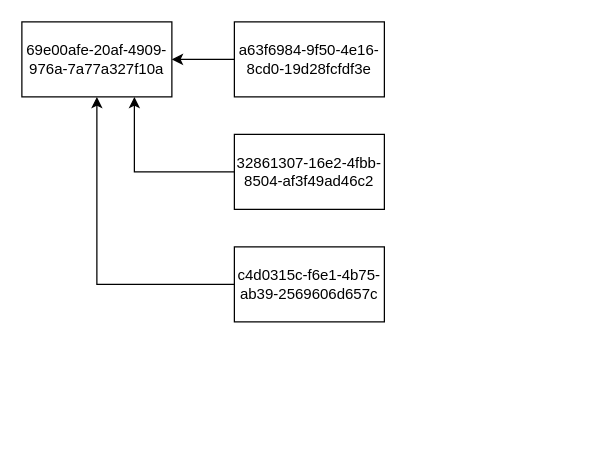
Before: 图.drawio in foreignbill/drawio, a draw.io diagram. Source tidied: cells renumbered, new cells numbered last; positions are measured from the earlier drawing's top-left corner, leaving out a move shared by most shapes. Both pictures are drawn from the tidied source at 125%, with x=0, y=0 at pixel (21, 21).
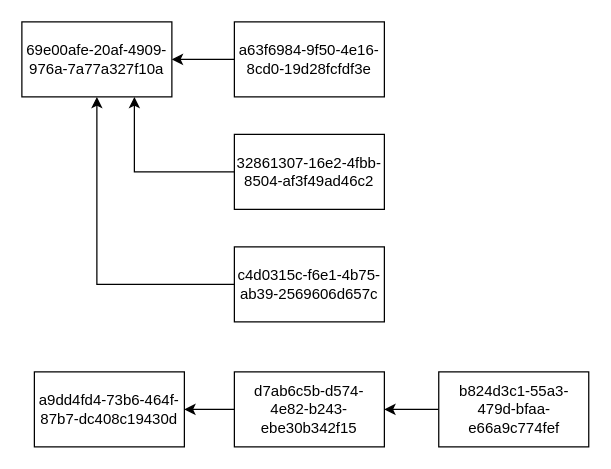
The same diagram, later.

What changed in the source:
```diff
@@
 <mxGraphModel>
   <root>
     <mxCell id="0" />
     <mxCell id="1" parent="0" />
     <mxCell id="2" value="69e00afe-20af-4909-976a-7a77a327f10a" style="rounded=0;whiteSpace=wrap;html=1;" parent="1" vertex="1">
       <mxGeometry width="120" height="60" as="geometry" />
     </mxCell>
     <mxCell id="3" style="edgeStyle=orthogonalEdgeStyle;rounded=0;jettySize=auto;html=1;exitX=0;exitY=0.5;exitDx=0;exitDy=0;entryX=1;entryY=0.5;entryDx=0;entryDy=0;" parent="1" edge="1" source="4" target="2">
       <mxGeometry relative="1" as="geometry" />
     </mxCell>
     <mxCell id="4" value="a63f6984-9f50-4e16-8cd0-19d28fcfdf3e" style="rounded=0;whiteSpace=wrap;html=1;" parent="1" vertex="1">
       <mxGeometry x="170" width="120" height="60" as="geometry" />
     </mxCell>
     <mxCell id="5" style="edgeStyle=orthogonalEdgeStyle;rounded=0;jettySize=auto;html=1;exitX=0;exitY=0.5;exitDx=0;exitDy=0;entryX=0.75;entryY=1;entryDx=0;entryDy=0;" parent="1" edge="1" source="6" target="2">
       <mxGeometry relative="1" as="geometry" />
     </mxCell>
     <mxCell id="6" value="32861307-16e2-4fbb-8504-af3f49ad46c2" style="rounded=0;whiteSpace=wrap;html=1;" parent="1" vertex="1">
       <mxGeometry x="170" y="90" width="120" height="60" as="geometry" />
     </mxCell>
     <mxCell id="7" style="edgeStyle=orthogonalEdgeStyle;rounded=0;jettySize=auto;html=1;exitX=0;exitY=0.5;exitDx=0;exitDy=0;entryX=0.5;entryY=1;entryDx=0;entryDy=0;" parent="1" edge="1" source="8" target="2">
       <mxGeometry relative="1" as="geometry" />
     </mxCell>
     <mxCell id="8" value="c4d0315c-f6e1-4b75-ab39-2569606d657c" style="rounded=0;whiteSpace=wrap;html=1;" parent="1" vertex="1">
       <mxGeometry x="170" y="180" width="120" height="60" as="geometry" />
     </mxCell>
+    <mxCell id="9" value="a9dd4fd4-73b6-464f-87b7-dc408c19430d" style="rounded=0;whiteSpace=wrap;html=1;" parent="1" vertex="1">
+      <mxGeometry x="10" y="280" width="120" height="60" as="geometry" />
+    </mxCell>
+    <mxCell id="10" style="edgeStyle=orthogonalEdgeStyle;rounded=0;jettySize=auto;html=1;exitX=0;exitY=0.5;exitDx=0;exitDy=0;entryX=1;entryY=0.5;entryDx=0;entryDy=0;" parent="1" edge="1" source="11" target="9">
+      <mxGeometry relative="1" as="geometry" />
+    </mxCell>
+    <mxCell id="11" value="d7ab6c5b-d574-4e82-b243-ebe30b342f15" style="rounded=0;whiteSpace=wrap;html=1;" parent="1" vertex="1">
+      <mxGeometry x="170" y="280" width="120" height="60" as="geometry" />
+    </mxCell>
+    <mxCell id="12" style="edgeStyle=orthogonalEdgeStyle;rounded=0;jettySize=auto;html=1;exitX=0;exitY=0.5;exitDx=0;exitDy=0;entryX=1;entryY=0.5;entryDx=0;entryDy=0;" parent="1" edge="1" source="13" target="11">
+      <mxGeometry relative="1" as="geometry" />
+    </mxCell>
+    <mxCell id="13" value="b824d3c1-55a3-479d-bfaa-e66a9c774fef" style="rounded=0;whiteSpace=wrap;html=1;" parent="1" vertex="1">
+      <mxGeometry x="333.5" y="280" width="120" height="60" as="geometry" />
+    </mxCell>
   </root>
 </mxGraphModel>
```
